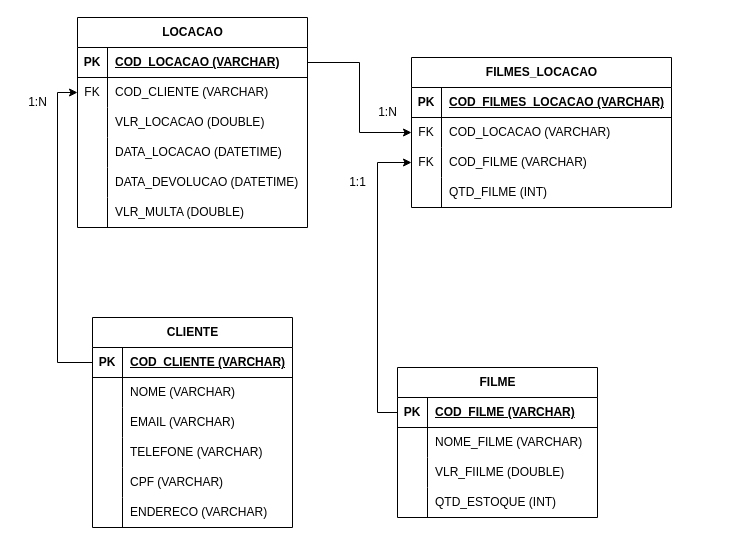
jennifergomes/BD keeps this draw.io diagram as Locadora.drawio. Above is the earlier version. Source tidied: cells renumbered, new cells numbered last; positions are measured from the earlier drawing's top-left corner, leaving out a move shared by most shapes. Both pictures are drawn from the tidied source at 100%, with x=0, y=0 at pixel (17, 17).
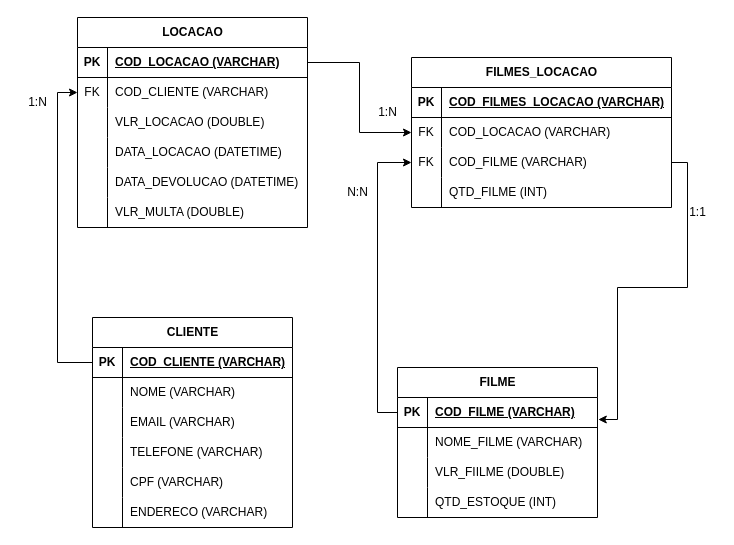
Above is the later version.

Unchanged cells that the change refers to:
```xml
<mxCell id="9" style="shape=tableRow;horizontal=0;startSize=0;swimlaneHead=0;swimlaneBody=0;fillColor=none;points=[[0,0.5],[1,0.5]];portConstraint=eastwest;top=0;left=0;right=0;bottom=0;" parent="2" vertex="1">
  <mxGeometry y="90" width="260" height="30" as="geometry" />
</mxCell>
<mxCell id="54" style="shape=tableRow;horizontal=0;startSize=0;swimlaneHead=0;swimlaneBody=0;fillColor=none;points=[[0,0.5],[1,0.5]];portConstraint=eastwest;top=0;left=0;right=0;bottom=1;" parent="53" vertex="1">
  <mxGeometry y="30" width="200" height="30" as="geometry" />
</mxCell>
```

What changed in the source:
```diff
@@
-    <mxCell id="71" value="1:1" style="text;html=1;align=center;verticalAlign=middle;strokeColor=none;fillColor=none;" parent="1" vertex="1">
-      <mxGeometry x="320" y="150" width="40" height="30" as="geometry" />
+    <mxCell id="71" value="N:N" style="text;html=1;align=center;verticalAlign=middle;strokeColor=none;fillColor=none;" parent="1" vertex="1">
+      <mxGeometry x="320" y="160" width="40" height="30" as="geometry" />
     </mxCell>
+    <mxCell id="72" style="edgeStyle=orthogonalEdgeStyle;rounded=0;jettySize=auto;html=1;entryX=1.004;entryY=0.734;entryDx=0;entryDy=0;entryPerimeter=0;" parent="1" edge="1" source="9" target="54">
+      <mxGeometry relative="1" as="geometry">
+        <Array as="points">
+          <mxPoint x="670" y="145" />
+          <mxPoint x="670" y="270" />
+          <mxPoint x="600" y="270" />
+          <mxPoint x="600" y="402" />
+        </Array>
+      </mxGeometry>
+    </mxCell>
+    <mxCell id="73" value="1:1" style="text;html=1;align=center;verticalAlign=middle;strokeColor=none;fillColor=none;" parent="1" vertex="1">
+      <mxGeometry x="660" y="180" width="40" height="30" as="geometry" />
+    </mxCell>
```
